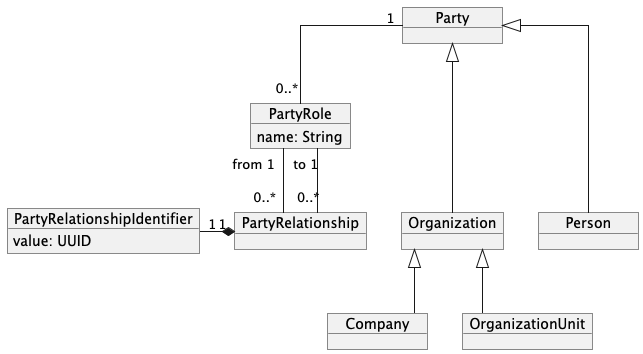
Earlier version of the PlantUML export party/diagrams/party-relationship-model.png (Software-Archetypes/archetypes).
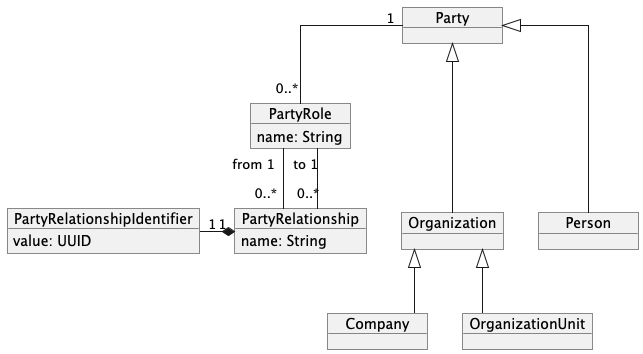
After the change.

Change to the diagram source:
```diff
@@ -5,7 +5,9 @@
 object Party
 object Person
 object Organization
-object PartyRelationship
+object PartyRelationship {
+  name: String
+}
 
 object Company
 
```
